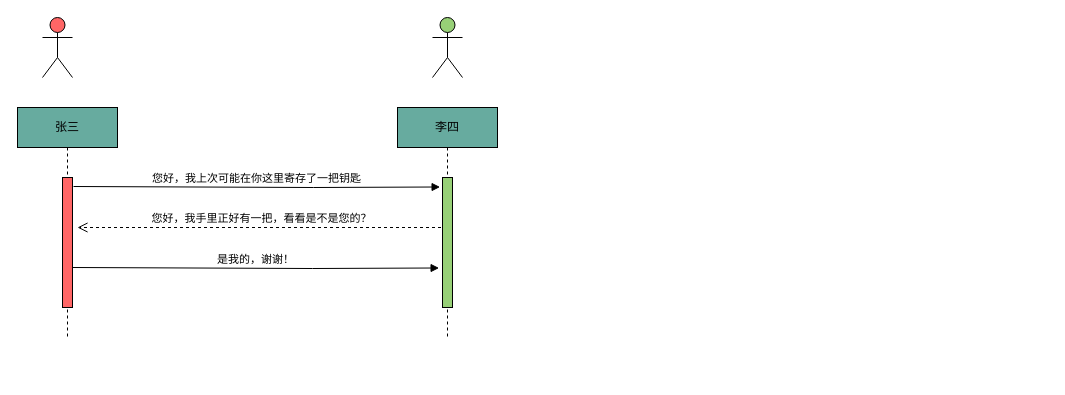
Above: 77.drawio in LoganChan1990/git_skills (draw.io), before the change. Source tidied: cells renumbered, new cells numbered last; positions are measured from the earlier drawing's top-left corner, leaving out a move shared by most shapes. Both pictures are drawn from the tidied source at 100%, with x=0, y=0 at pixel (17, 17).
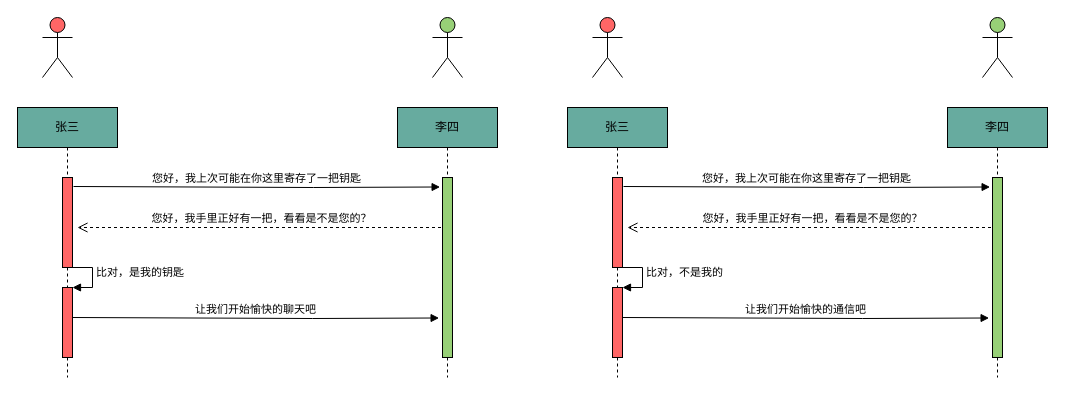
The same page after the edit.

The edit, as a diff of the source:
```diff
@@
     <mxCell id="2" value="张三" style="shape=umlLifeline;perimeter=lifelinePerimeter;whiteSpace=wrap;html=1;fillColor=#67AB9F;" parent="1" vertex="1">
-      <mxGeometry y="90" width="100" height="230" as="geometry" />
+      <mxGeometry y="90" width="100" height="270" as="geometry" />
     </mxCell>
     <mxCell id="3" style="html=1;perimeter=orthogonalPerimeter;fillColor=#FF6666;" parent="2" vertex="1">
-      <mxGeometry x="45" y="70" width="10" height="130" as="geometry" />
+      <mxGeometry x="45" y="70" width="10" height="90" as="geometry" />
     </mxCell>
@@
+    <mxCell id="11" style="html=1;points=[];perimeter=orthogonalPerimeter;fillColor=#FF6666;" parent="2" vertex="1">
+      <mxGeometry x="45" y="180" width="10" height="70" as="geometry" />
+    </mxCell>
+    <mxCell id="12" value="比对，是我的钥匙" style="edgeStyle=orthogonalEdgeStyle;html=1;align=left;spacingLeft=2;endArrow=block;rounded=0;entryX=1;entryY=0;" parent="2" edge="1" target="11">
+      <mxGeometry relative="1" as="geometry">
+        <mxPoint x="45" y="160" as="sourcePoint" />
+        <Array as="points">
+          <mxPoint x="75" y="160" />
+        </Array>
+      </mxGeometry>
+    </mxCell>
     <mxCell id="5" value="李四" style="shape=umlLifeline;perimeter=lifelinePerimeter;whiteSpace=wrap;html=1;outlineConnect=0;fillColor=#67AB9F;" parent="1" vertex="1">
-      <mxGeometry x="380" y="90" width="100" height="230" as="geometry" />
+      <mxGeometry x="380" y="90" width="100" height="270" as="geometry" />
     </mxCell>
     <mxCell id="6" style="html=1;perimeter=orthogonalPerimeter;fillColor=#97D077;" parent="5" vertex="1">
-      <mxGeometry x="45" y="70" width="10" height="130" as="geometry" />
+      <mxGeometry x="45" y="70" width="10" height="180" as="geometry" />
     </mxCell>
@@
-    <mxCell id="10" value="是我的，谢谢！" style="html=1;verticalAlign=bottom;endArrow=block;rounded=0;entryX=0.159;entryY=0.045;entryDx=0;entryDy=0;entryPerimeter=0;" parent="1" edge="1">
-      <mxGeometry relative="1" as="geometry">
-        <mxPoint x="55" y="250" as="sourcePoint" />
-        <mxPoint x="421.6" y="250.5" as="targetPoint" />
-        <Array as="points">
-          <mxPoint x="295" y="251" />
-        </Array>
-      </mxGeometry>
-    </mxCell>
+    <mxCell id="13" value="张三" style="shape=umlLifeline;perimeter=lifelinePerimeter;whiteSpace=wrap;html=1;fillColor=#67AB9F;" parent="1" vertex="1">
+      <mxGeometry x="550" y="90" width="100" height="270" as="geometry" />
+    </mxCell>
+    <mxCell id="14" style="html=1;perimeter=orthogonalPerimeter;fillColor=#FF6666;" parent="13" vertex="1">
+      <mxGeometry x="45" y="70" width="10" height="90" as="geometry" />
+    </mxCell>
+    <mxCell id="15" value="您好，我手里正好有一把，看看是不是您的？" style="html=1;verticalAlign=bottom;endArrow=open;dashed=1;endSize=8;rounded=0;" parent="13" edge="1" source="18">
+      <mxGeometry relative="1" as="geometry">
+        <mxPoint x="60" y="120" as="targetPoint" />
+      </mxGeometry>
+    </mxCell>
+    <mxCell id="16" style="html=1;points=[];perimeter=orthogonalPerimeter;fillColor=#FF6666;" parent="13" vertex="1">
+      <mxGeometry x="45" y="180" width="10" height="70" as="geometry" />
+    </mxCell>
+    <mxCell id="17" value="比对，不是我的" style="edgeStyle=orthogonalEdgeStyle;html=1;align=left;spacingLeft=2;endArrow=block;rounded=0;entryX=1;entryY=0;" parent="13" edge="1" target="16">
+      <mxGeometry relative="1" as="geometry">
+        <mxPoint x="45" y="160" as="sourcePoint" />
+        <Array as="points">
+          <mxPoint x="75" y="160" />
+        </Array>
+      </mxGeometry>
+    </mxCell>
+    <mxCell id="18" value="李四" style="shape=umlLifeline;perimeter=lifelinePerimeter;whiteSpace=wrap;html=1;outlineConnect=0;fillColor=#67AB9F;" parent="1" vertex="1">
+      <mxGeometry x="930" y="90" width="100" height="270" as="geometry" />
+    </mxCell>
+    <mxCell id="19" style="html=1;perimeter=orthogonalPerimeter;fillColor=#97D077;" parent="18" vertex="1">
+      <mxGeometry x="45" y="70" width="10" height="180" as="geometry" />
+    </mxCell>
+    <mxCell id="20" style="shape=umlActor;verticalLabelPosition=bottom;verticalAlign=top;html=1;fillColor=#FF6666;" parent="1" vertex="1">
+      <mxGeometry x="575" width="30" height="60" as="geometry" />
+    </mxCell>
+    <mxCell id="21" style="shape=umlActor;verticalLabelPosition=bottom;verticalAlign=top;html=1;fillColor=#97D077;" parent="1" vertex="1">
+      <mxGeometry x="965" width="30" height="60" as="geometry" />
+    </mxCell>
+    <mxCell id="22" value="您好，我上次可能在你这里寄存了一把钥匙" style="html=1;verticalAlign=bottom;endArrow=block;rounded=0;entryX=0.159;entryY=0.045;entryDx=0;entryDy=0;entryPerimeter=0;" parent="1" edge="1">
+      <mxGeometry relative="1" as="geometry">
+        <mxPoint x="606" y="169" as="sourcePoint" />
+        <mxPoint x="972.6" y="169.5" as="targetPoint" />
+        <Array as="points">
+          <mxPoint x="846" y="170" />
+        </Array>
+      </mxGeometry>
+    </mxCell>
+    <mxCell id="23" value="让我们开始愉快的聊天吧" style="html=1;verticalAlign=bottom;endArrow=block;rounded=0;entryX=0.159;entryY=0.045;entryDx=0;entryDy=0;entryPerimeter=0;" parent="1" edge="1">
+      <mxGeometry relative="1" as="geometry">
+        <mxPoint x="55" y="300" as="sourcePoint" />
+        <mxPoint x="421.6" y="300.5" as="targetPoint" />
+        <Array as="points">
+          <mxPoint x="295" y="301" />
+        </Array>
+      </mxGeometry>
+    </mxCell>
+    <mxCell id="24" value="让我们开始愉快的通信吧" style="html=1;verticalAlign=bottom;endArrow=block;rounded=0;entryX=0.159;entryY=0.045;entryDx=0;entryDy=0;entryPerimeter=0;" parent="1" edge="1">
+      <mxGeometry relative="1" as="geometry">
+        <mxPoint x="605" y="300" as="sourcePoint" />
+        <mxPoint x="971.6" y="300.5" as="targetPoint" />
+        <Array as="points">
+          <mxPoint x="845" y="301" />
+        </Array>
+      </mxGeometry>
+    </mxCell>
```
